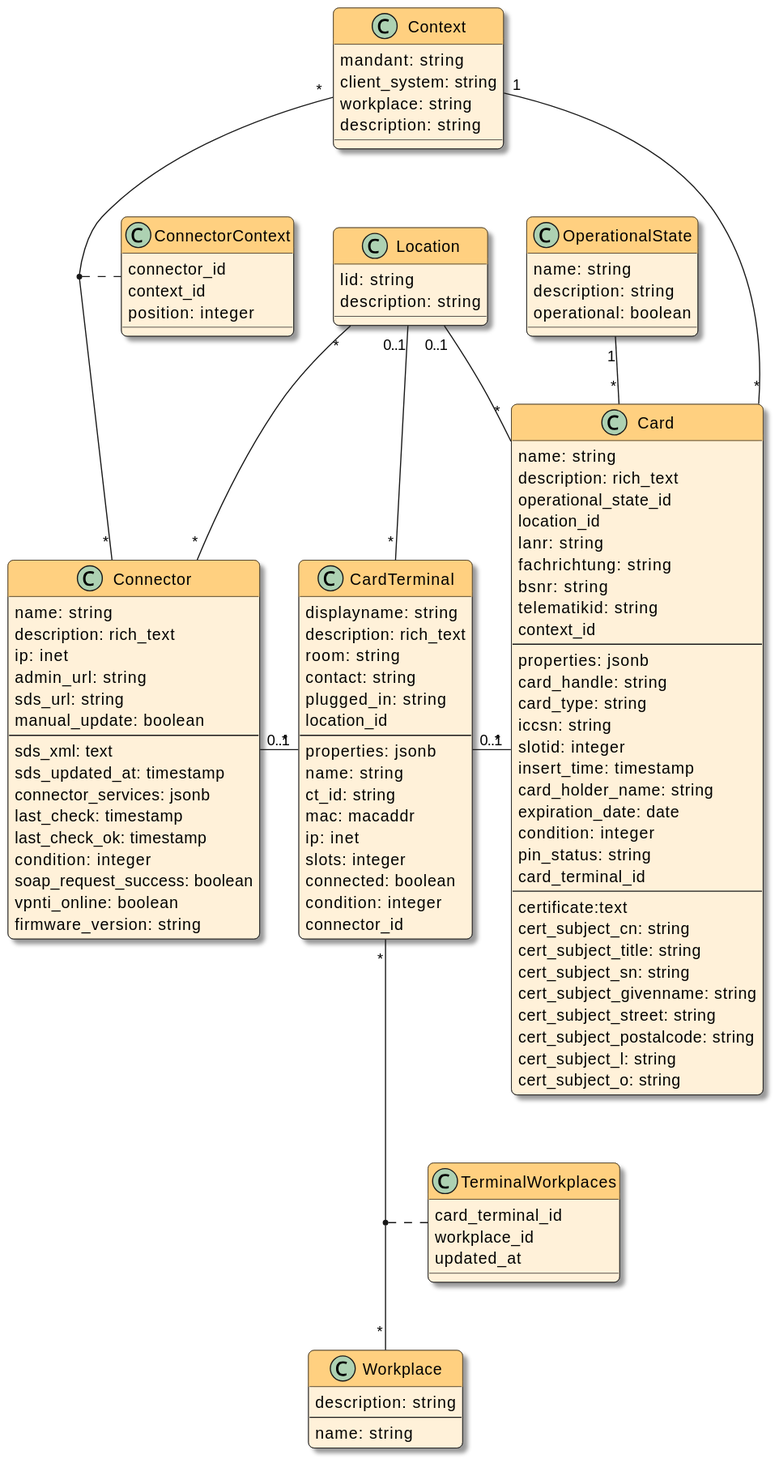
swobspace/cocard keeps this PlantUML diagram as docsrc/devnotes/modules/ROOT/images/models.svg. Above is the earlier version. Its diagram source:
```plantuml
@startuml
top to bottom direction

!theme cocard from .

class Connector  {
  name: string
  description: rich_text
  ip: inet
  admin_url: string
  sds_url: string
  manual_update: boolean
  --
  sds_xml: text
  sds_updated_at: timestamp
  connector_services: jsonb
  last_check: timestamp
  last_check_ok: timestamp
  condition: integer
  soap_request_success: boolean
  vpnti_online: boolean
  firmware_version: string
}

class CardTerminal {
  displayname: string
  description: rich_text
  room: string
  contact: string
  plugged_in: string
  location_id
  --
  properties: jsonb
  name: string
  ct_id: string
  mac: macaddr
  ip: inet
  slots: integer
  connected: boolean
  condition: integer
  connector_id
}

class Location {
  lid: string
  description: string
}

class Context {
  mandant: string
  client_system: string
  workplace: string
  description: string
}

class ConnectorContext {
  connector_id
  context_id
  position: integer
}

class Card {
  name: string
  description: rich_text
  operational_state_id
  location_id
  lanr: string
  fachrichtung: string
  bsnr: string
  telematikid: string
  context_id
  --
  properties: jsonb
  card_handle: string
  card_type: string
  iccsn: string
  slotid: integer
  insert_time: timestamp
  card_holder_name: string
  expiration_date: date
  condition: integer
  pin_status: string
  card_terminal_id
  --
  certificate:text
  cert_subject_cn: string
  cert_subject_title: string
  cert_subject_sn: string
  cert_subject_givenname: string
  cert_subject_street: string
  cert_subject_postalcode: string
  cert_subject_l: string
  cert_subject_o: string
}

class Workplace {
  description: string
  --
  name: string
}
Class TerminalWorkplaces {
  card_terminal_id
  workplace_id
  updated_at
}
Class OperationalState {
  name: string
  description: string
  operational: boolean
}

Location "*" -- "*" Connector
Context "*" -- "*" Connector
Connector "0..1" - "*" CardTerminal
Location "0..1" -- "*" CardTerminal
(Connector, Context) . ConnectorContext
CardTerminal "0..1" - "*" Card
CardTerminal "*" -- "*" Workplace
(CardTerminal, Workplace) .. TerminalWorkplaces
Location "0..1" -- "*" Card
OperationalState "1" -- "*" Card
Context "1" -- "*" Card
@enduml
```
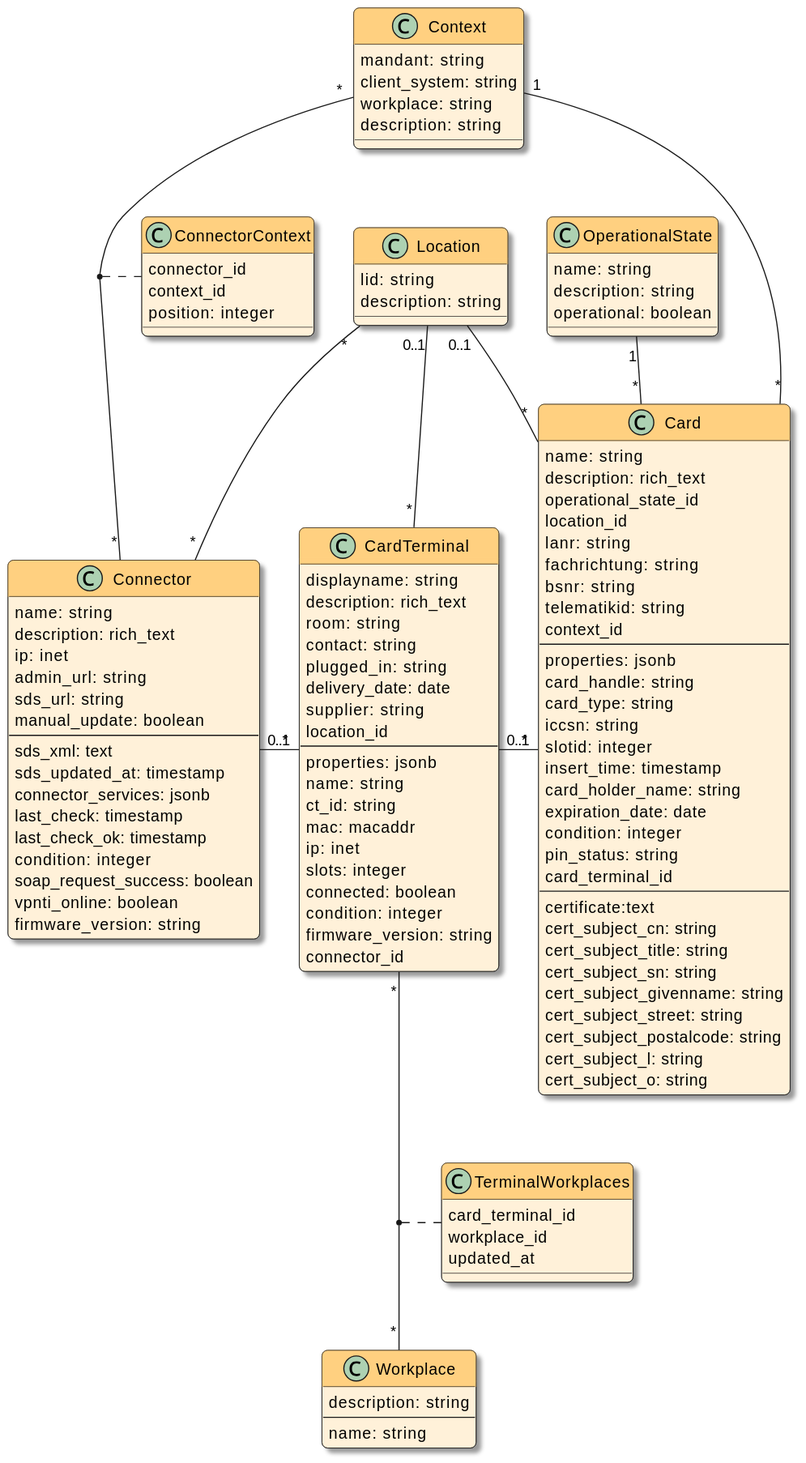
The same diagram one commit later.

Change to the diagram source:
```diff
@@ -28,6 +28,8 @@
   room: string
   contact: string
   plugged_in: string
+  delivery_date: date
+  supplier: string
   location_id
   --
   properties: jsonb
@@ -38,6 +40,7 @@
   slots: integer
   connected: boolean
   condition: integer
+  firmware_version: string
   connector_id
 }
 
```
